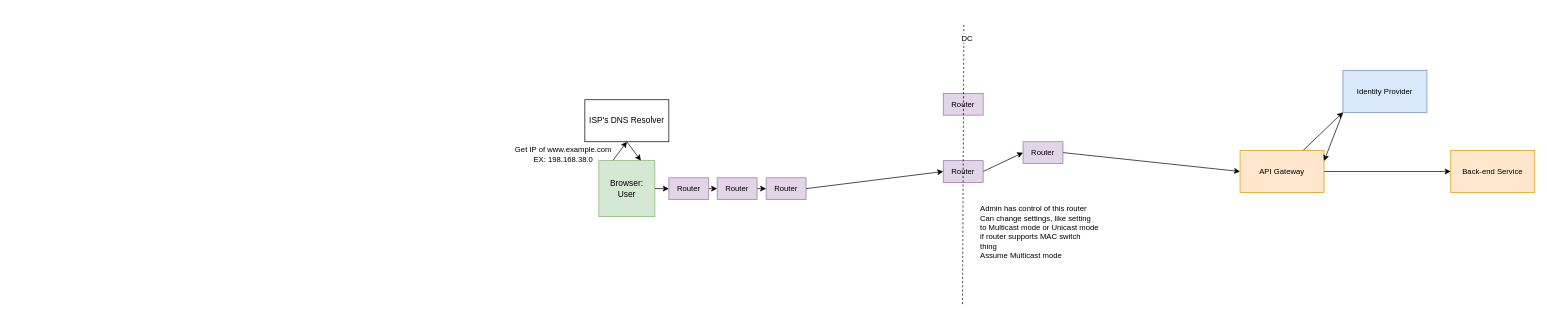
Earlier version of the draw.io diagram routing.drawio (Brandon-Valley/draw_io_diagrams). Source tidied: cells renumbered, new cells numbered last; positions are measured from the earlier drawing's top-left corner, leaving out a move shared by most shapes. Both pictures are drawn from the tidied source at 70%, with x=0, y=0 at pixel (508, 24).
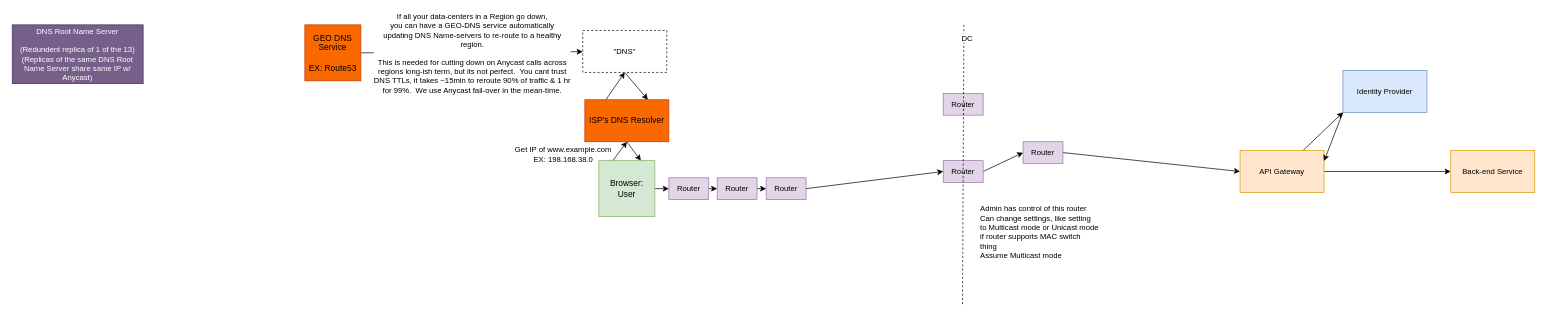
After the change.

What changed in the source:
```diff
@@
+    <mxCell id="28" style="edgeStyle=none;shape=connector;rounded=0;jettySize=auto;html=1;exitX=0.25;exitY=0;exitDx=0;exitDy=0;entryX=0.5;entryY=1;entryDx=0;entryDy=0;labelBackgroundColor=default;strokeColor=default;align=center;verticalAlign=middle;fontFamily=Helvetica;fontSize=11;fontColor=default;endArrow=classic;" parent="1" edge="1" source="6" target="34">
+      <mxGeometry relative="1" as="geometry" />
+    </mxCell>
-    <mxCell id="6" value="ISP's DNS Resolver" style="rounded=0;whiteSpace=wrap;html=1;" parent="1" vertex="1">
+    <mxCell id="6" value="ISP's DNS Resolver" style="rounded=0;whiteSpace=wrap;html=1;fillColor=#fa6800;fontColor=#000000;strokeColor=#C73500;" parent="1" vertex="1">
       <mxGeometry x="109" y="107" width="120" height="60" as="geometry" />
     </mxCell>
@@
+    <mxCell id="29" value="DNS Root Name Server&lt;br&gt;&lt;br&gt;(Redundent replica of 1 of the 13)&lt;br&gt;(Replicas of the same DNS Root Name Server share same IP w/ Anycast)" style="rounded=0;whiteSpace=wrap;html=1;fontFamily=Helvetica;fontSize=11;fillColor=#76608a;strokeColor=#432D57;fontColor=#ffffff;" parent="1" vertex="1">
+      <mxGeometry x="-709" width="187" height="84" as="geometry" />
+    </mxCell>
+    <mxCell id="30" style="edgeStyle=none;shape=connector;rounded=0;jettySize=auto;html=1;exitX=1;exitY=0.5;exitDx=0;exitDy=0;labelBackgroundColor=default;strokeColor=default;align=center;verticalAlign=middle;fontFamily=Helvetica;fontSize=11;fontColor=default;endArrow=classic;" parent="1" edge="1" source="32" target="34">
+      <mxGeometry relative="1" as="geometry" />
+    </mxCell>
+    <mxCell id="31" value="If all your data-centers in a Region go down,&lt;br&gt;you can have a GEO-DNS service automatically&lt;br&gt;updating DNS Name-servers to re-route to a healthy&lt;br&gt;region. &lt;br&gt;&lt;br&gt;This is needed for cutting down on Anycast calls across&lt;br&gt;regions long-ish term, but its not perfect.&amp;nbsp; You cant trust&lt;br&gt;DNS TTLs, it takes ~15min to reroute 90% of traffic &amp;amp; 1 hr&lt;br&gt;for 99%.&amp;nbsp; We use Anycast fail-over in the mean-time." style="edgeLabel;html=1;align=center;verticalAlign=middle;fontSize=11;fontFamily=Helvetica;fontColor=default;" parent="30" vertex="1">
+      <mxGeometry x="-0.11" relative="1" as="geometry">
+        <mxPoint x="18" y="1" as="offset" />
+      </mxGeometry>
+    </mxCell>
+    <mxCell id="32" value="GEO DNS&lt;br&gt;Service&lt;br&gt;&lt;br&gt;EX: Route53" style="whiteSpace=wrap;html=1;fillColor=#fa6800;strokeColor=#C73500;fontColor=#000000;" parent="1" vertex="1">
+      <mxGeometry x="-291" width="80" height="80" as="geometry" />
+    </mxCell>
+    <mxCell id="33" style="edgeStyle=none;shape=connector;rounded=0;jettySize=auto;html=1;exitX=0.5;exitY=1;exitDx=0;exitDy=0;entryX=0.75;entryY=0;entryDx=0;entryDy=0;labelBackgroundColor=default;strokeColor=default;align=center;verticalAlign=middle;fontFamily=Helvetica;fontSize=11;fontColor=default;endArrow=classic;" parent="1" edge="1" source="34" target="6">
+      <mxGeometry relative="1" as="geometry" />
+    </mxCell>
+    <mxCell id="34" value="&quot;DNS&quot;" style="rounded=0;whiteSpace=wrap;html=1;fontFamily=Helvetica;fontSize=11;fontColor=default;dashed=1;" parent="1" vertex="1">
+      <mxGeometry x="106" y="8" width="120" height="60" as="geometry" />
+    </mxCell>
```
